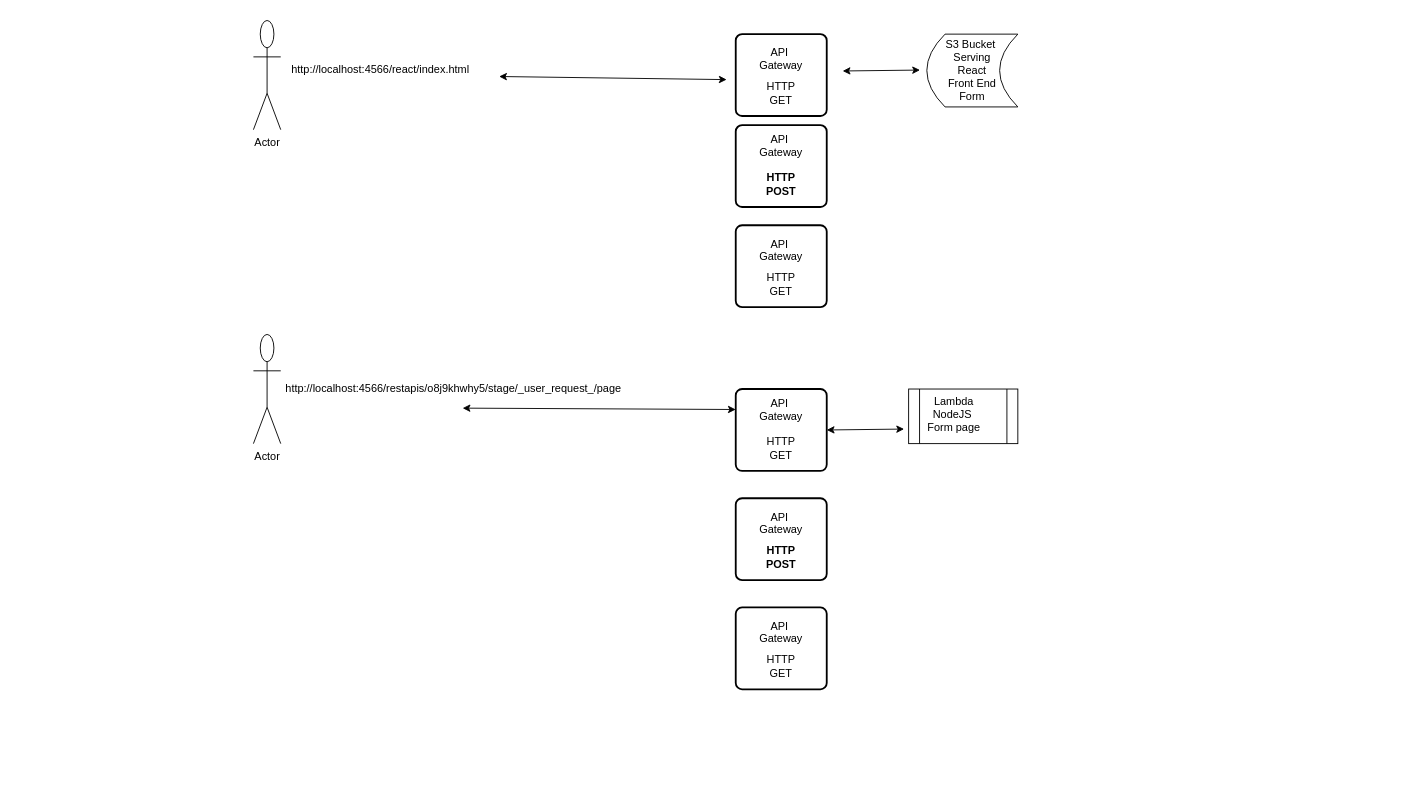
The draw.io diagram Untitled Diagram.drawio in vahid-uk/diagrams, before the edit. Source tidied: cells renumbered, new cells numbered last; positions are measured from the earlier drawing's top-left corner, leaving out a move shared by most shapes. Both pictures are drawn from the tidied source at 91%, with x=0, y=0 at pixel (253, 20).
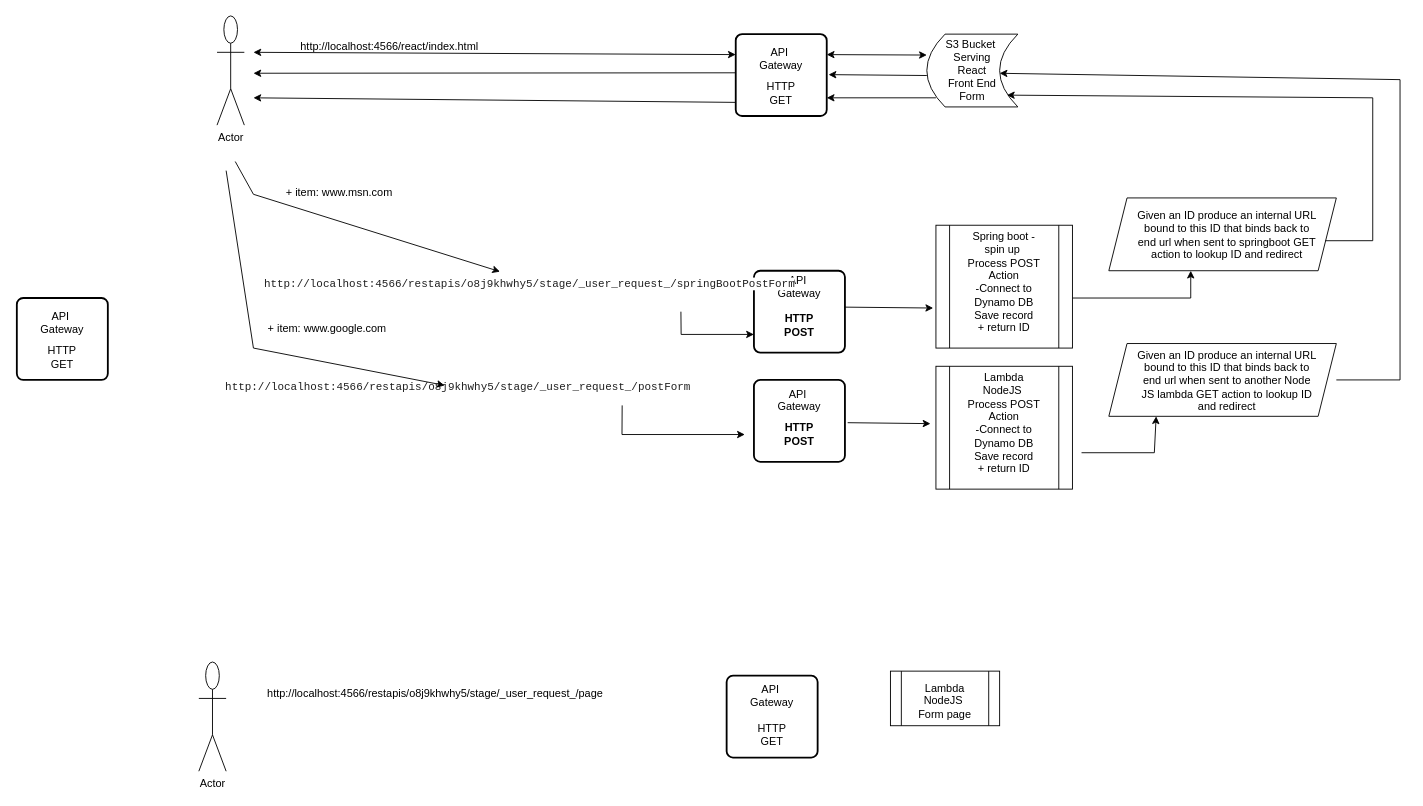
After the change.

The change refers to these unchanged cells:
```xml
<mxCell id="3" style="rounded=1;whiteSpace=wrap;html=1;absoluteArcSize=1;arcSize=14;strokeWidth=2;" parent="1" vertex="1">
  <mxGeometry x="530" y="15" width="100" height="90" as="geometry" />
</mxCell>
<mxCell id="16" value="S3 Bucket&amp;nbsp;&lt;br&gt;Serving &lt;br&gt;React&lt;br&gt;Front End&lt;br&gt;Form" style="shape=dataStorage;whiteSpace=wrap;html=1;fixedSize=1;" parent="1" vertex="1">
  <mxGeometry x="740" y="15" width="100" height="80" as="geometry" />
</mxCell>
```

The edit, as a diff of the source:
```diff
@@
     <mxCell id="2" value="Actor" style="shape=umlActor;verticalLabelPosition=bottom;verticalAlign=top;html=1;" parent="1" vertex="1">
-      <mxGeometry width="30" height="120" as="geometry" />
+      <mxGeometry x="-40" y="-5" width="30" height="120" as="geometry" />
     </mxCell>
@@
     <mxCell id="5" style="rounded=1;whiteSpace=wrap;html=1;absoluteArcSize=1;arcSize=14;strokeWidth=2;" parent="1" vertex="1">
-      <mxGeometry x="530" y="115" width="100" height="90" as="geometry" />
+      <mxGeometry x="550" y="275" width="100" height="90" as="geometry" />
     </mxCell>
     <mxCell id="6" value="API&amp;nbsp;&lt;br&gt;Gateway&lt;br&gt;&lt;div&gt;&lt;br/&gt;&lt;/div&gt;" style="text;html=1;align=center;verticalAlign=middle;whiteSpace=wrap;rounded=0;" parent="1" vertex="1">
-      <mxGeometry x="550" y="120" width="60" height="50" as="geometry" />
+      <mxGeometry x="570" y="275" width="60" height="50" as="geometry" />
     </mxCell>
     <mxCell id="7" style="rounded=1;whiteSpace=wrap;html=1;absoluteArcSize=1;arcSize=14;strokeWidth=2;" parent="1" vertex="1">
-      <mxGeometry x="530" y="225" width="100" height="90" as="geometry" />
+      <mxGeometry x="-260" y="305" width="100" height="90" as="geometry" />
     </mxCell>
     <mxCell id="8" value="API&amp;nbsp;&lt;br&gt;Gateway&lt;br&gt;&lt;div&gt;&lt;br/&gt;&lt;/div&gt;" style="text;html=1;align=center;verticalAlign=middle;whiteSpace=wrap;rounded=0;" parent="1" vertex="1">
-      <mxGeometry x="550" y="235" width="60" height="50" as="geometry" />
+      <mxGeometry x="-240" y="315" width="60" height="50" as="geometry" />
     </mxCell>
     <mxCell id="9" style="rounded=1;whiteSpace=wrap;html=1;absoluteArcSize=1;arcSize=14;strokeWidth=2;" parent="1" vertex="1">
-      <mxGeometry x="530" y="405" width="100" height="90" as="geometry" />
+      <mxGeometry x="520" y="720" width="100" height="90" as="geometry" />
     </mxCell>
     <mxCell id="10" value="API&amp;nbsp;&lt;br&gt;Gateway&lt;br&gt;&lt;div&gt;&lt;br/&gt;&lt;/div&gt;" style="text;html=1;align=center;verticalAlign=middle;whiteSpace=wrap;rounded=0;" parent="1" vertex="1">
-      <mxGeometry x="550" y="410" width="60" height="50" as="geometry" />
+      <mxGeometry x="540" y="725" width="60" height="50" as="geometry" />
     </mxCell>
-    <mxCell id="11" style="rounded=1;whiteSpace=wrap;html=1;absoluteArcSize=1;arcSize=14;strokeWidth=2;" parent="1" vertex="1">
-      <mxGeometry x="530" y="525" width="100" height="90" as="geometry" />
-    </mxCell>
-    <mxCell id="12" value="API&amp;nbsp;&lt;br&gt;Gateway&lt;br&gt;&lt;div&gt;&lt;br/&gt;&lt;/div&gt;" style="text;html=1;align=center;verticalAlign=middle;whiteSpace=wrap;rounded=0;" parent="1" vertex="1">
-      <mxGeometry x="550" y="535" width="60" height="50" as="geometry" />
-    </mxCell>
-    <mxCell id="13" style="rounded=1;whiteSpace=wrap;html=1;absoluteArcSize=1;arcSize=14;strokeWidth=2;" parent="1" vertex="1">
-      <mxGeometry x="530" y="645" width="100" height="90" as="geometry" />
-    </mxCell>
-    <mxCell id="14" value="API&amp;nbsp;&lt;br&gt;Gateway&lt;br&gt;&lt;div&gt;&lt;br/&gt;&lt;/div&gt;" style="text;html=1;align=center;verticalAlign=middle;whiteSpace=wrap;rounded=0;" parent="1" vertex="1">
-      <mxGeometry x="550" y="655" width="60" height="50" as="geometry" />
-    </mxCell>
     <mxCell id="15" value="http://localhost:4566/restapis/o8j9khwhy5/stage/_user_request_/page" style="text;html=1;align=center;verticalAlign=middle;whiteSpace=wrap;rounded=0;" parent="1" vertex="1">
-      <mxGeometry x="30" y="385" width="380" height="40" as="geometry" />
+      <mxGeometry x="10" y="720" width="380" height="40" as="geometry" />
     </mxCell>
@@
     <mxCell id="17" style="shape=process;whiteSpace=wrap;html=1;backgroundOutline=1;" parent="1" vertex="1">
-      <mxGeometry x="720" y="405" width="120" height="60" as="geometry" />
+      <mxGeometry x="700" y="715" width="120" height="60" as="geometry" />
     </mxCell>
     <mxCell id="18" value="Lambda&lt;br&gt;NodeJS&amp;nbsp;&lt;br&gt;Form page&lt;br&gt;&lt;div&gt;&lt;br&gt;&lt;/div&gt;" style="text;html=1;align=center;verticalAlign=middle;whiteSpace=wrap;rounded=0;" parent="1" vertex="1">
-      <mxGeometry x="720" y="395" width="100" height="90" as="geometry" />
+      <mxGeometry x="710" y="710" width="100" height="90" as="geometry" />
     </mxCell>
     <mxCell id="19" value="HTTP GET" style="text;html=1;align=center;verticalAlign=middle;whiteSpace=wrap;rounded=0;" parent="1" vertex="1">
-      <mxGeometry x="550" y="455" width="60" height="30" as="geometry" />
+      <mxGeometry x="540" y="770" width="60" height="30" as="geometry" />
     </mxCell>
-    <mxCell id="20" style="endArrow=classic;startArrow=classic;html=1;rounded=0;entryX=-0.05;entryY=0.6;entryDx=0;entryDy=0;entryPerimeter=0;exitX=1;exitY=0.5;exitDx=0;exitDy=0;" parent="1" edge="1" source="9" target="18">
-      <mxGeometry relative="1" as="geometry" />
-    </mxCell>
-    <mxCell id="21" style="endArrow=classic;startArrow=classic;html=1;rounded=0;exitX=0;exitY=0.25;exitDx=0;exitDy=0;entryX=0.526;entryY=1.025;entryDx=0;entryDy=0;entryPerimeter=0;" parent="1" edge="1" source="9" target="15">
-      <mxGeometry relative="1" as="geometry" />
-    </mxCell>
@@
-    <mxCell id="23" style="endArrow=classic;startArrow=classic;html=1;rounded=0;entryX=-0.05;entryY=0.6;entryDx=0;entryDy=0;entryPerimeter=0;exitX=1;exitY=0.5;exitDx=0;exitDy=0;" parent="1" edge="1">
-      <mxGeometry relative="1" as="geometry">
-        <mxPoint x="647.5" y="55.5" as="sourcePoint" />
-        <mxPoint x="732.5" y="54.5" as="targetPoint" />
-      </mxGeometry>
-    </mxCell>
-    <mxCell id="24" style="endArrow=classic;startArrow=classic;html=1;rounded=0;" parent="1" edge="1" source="25">
-      <mxGeometry relative="1" as="geometry">
-        <mxPoint x="520" y="65" as="targetPoint" />
-      </mxGeometry>
-    </mxCell>
     <mxCell id="25" value="http://localhost:4566/react/index.html" style="text;whiteSpace=wrap;" parent="1" vertex="1">
-      <mxGeometry x="40" y="40" width="230" height="40" as="geometry" />
+      <mxGeometry x="50" y="15" width="230" height="40" as="geometry" />
     </mxCell>
     <mxCell id="26" value="Actor" style="shape=umlActor;verticalLabelPosition=bottom;verticalAlign=top;html=1;" parent="1" vertex="1">
-      <mxGeometry y="345" width="30" height="120" as="geometry" />
+      <mxGeometry x="-60" y="705" width="30" height="120" as="geometry" />
     </mxCell>
     <mxCell id="27" value="HTTP POST" style="text;html=1;align=center;verticalAlign=middle;whiteSpace=wrap;rounded=0;fontStyle=1;" parent="1" vertex="1">
-      <mxGeometry x="550" y="165" width="60" height="30" as="geometry" />
+      <mxGeometry x="570" y="320" width="60" height="30" as="geometry" />
     </mxCell>
+    <mxCell id="30" value="HTTP GET" style="text;html=1;align=center;verticalAlign=middle;whiteSpace=wrap;rounded=0;" parent="1" vertex="1">
+      <mxGeometry x="-240" y="355" width="60" height="30" as="geometry" />
+    </mxCell>
+    <mxCell id="31" value="+ item: www.google.com" style="text;strokeColor=none;fillColor=none;align=left;verticalAlign=top;spacingLeft=4;spacingRight=4;overflow=hidden;whiteSpace=wrap;html=1;" parent="1" vertex="1">
+      <mxGeometry x="10" y="325" width="170" height="26" as="geometry" />
+    </mxCell>
+    <mxCell id="32" value="&lt;span style=&quot;color: rgb(31, 31, 31); font-family: consolas, &amp;quot;lucida console&amp;quot;, &amp;quot;courier new&amp;quot;, monospace; font-size: 12px; font-style: normal; font-variant-ligatures: normal; font-variant-caps: normal; font-weight: 400; letter-spacing: normal; orphans: 2; text-align: left; text-indent: 0px; text-transform: none; widows: 2; word-spacing: 0px; -webkit-text-stroke-width: 0px; white-space: pre-wrap; background-color: rgb(255, 255, 255); text-decoration-thickness: initial; text-decoration-style: initial; text-decoration-color: initial; display: inline !important; float: none;&quot;&gt;http://localhost:4566/restapis/o8j9khwhy5/stage/_user_request_/springBootPostForm&lt;/span&gt;" style="text;whiteSpace=wrap;html=1;" parent="1" vertex="1">
+      <mxGeometry x="10" y="275" width="560" height="40" as="geometry" />
+    </mxCell>
+    <mxCell id="33" value="+ item: www.msn.com" style="text;strokeColor=none;fillColor=none;align=left;verticalAlign=top;spacingLeft=4;spacingRight=4;overflow=hidden;whiteSpace=wrap;html=1;" parent="1" vertex="1">
+      <mxGeometry x="30" y="175" width="170" height="26" as="geometry" />
+    </mxCell>
+    <mxCell id="34" style="endArrow=classic;html=1;rounded=0;entryX=0.466;entryY=0.025;entryDx=0;entryDy=0;entryPerimeter=0;" parent="1" edge="1" target="32">
+      <mxGeometry relative="1" as="geometry">
+        <mxPoint x="-20" y="155" as="sourcePoint" />
+        <Array as="points">
+          <mxPoint y="191" />
+        </Array>
+      </mxGeometry>
+    </mxCell>
+    <mxCell id="35" style="endArrow=classic;html=1;rounded=0;exitX=0.821;exitY=1.125;exitDx=0;exitDy=0;exitPerimeter=0;" parent="1" edge="1" source="32">
+      <mxGeometry relative="1" as="geometry">
+        <mxPoint x="550" y="345" as="targetPoint" />
+        <Array as="points">
+          <mxPoint x="470" y="345" />
+        </Array>
+      </mxGeometry>
+    </mxCell>
+    <mxCell id="36" style="rounded=1;whiteSpace=wrap;html=1;absoluteArcSize=1;arcSize=14;strokeWidth=2;" parent="1" vertex="1">
+      <mxGeometry x="550" y="395" width="100" height="90" as="geometry" />
+    </mxCell>
+    <mxCell id="37" value="API&amp;nbsp;&lt;br&gt;Gateway&lt;br&gt;&lt;div&gt;&lt;br/&gt;&lt;/div&gt;" style="text;html=1;align=center;verticalAlign=middle;whiteSpace=wrap;rounded=0;" parent="1" vertex="1">
+      <mxGeometry x="570" y="400" width="60" height="50" as="geometry" />
+    </mxCell>
     <mxCell id="28" value="HTTP POST" style="text;html=1;align=center;verticalAlign=middle;whiteSpace=wrap;rounded=0;fontStyle=1;" parent="1" vertex="1">
-      <mxGeometry x="550" y="575" width="60" height="30" as="geometry" />
+      <mxGeometry x="570" y="440" width="60" height="30" as="geometry" />
     </mxCell>
-    <mxCell id="29" value="HTTP GET" style="text;html=1;align=center;verticalAlign=middle;whiteSpace=wrap;rounded=0;" parent="1" vertex="1">
-      <mxGeometry x="550" y="695" width="60" height="30" as="geometry" />
-    </mxCell>
-    <mxCell id="30" value="HTTP GET" style="text;html=1;align=center;verticalAlign=middle;whiteSpace=wrap;rounded=0;" parent="1" vertex="1">
-      <mxGeometry x="550" y="275" width="60" height="30" as="geometry" />
-    </mxCell>
+    <mxCell id="38" value="&#10;&lt;span style=&quot;color: rgb(31, 31, 31); font-family: consolas, &amp;quot;lucida console&amp;quot;, &amp;quot;courier new&amp;quot;, monospace; font-size: 12px; font-style: normal; font-variant-ligatures: normal; font-variant-caps: normal; font-weight: 400; letter-spacing: normal; orphans: 2; text-align: left; text-indent: 0px; text-transform: none; widows: 2; word-spacing: 0px; -webkit-text-stroke-width: 0px; white-space: pre-wrap; background-color: rgb(255, 255, 255); text-decoration-thickness: initial; text-decoration-style: initial; text-decoration-color: initial; display: inline !important; float: none;&quot;&gt;http://localhost:4566/restapis/o8j9khwhy5/stage/_user_request_/postForm&lt;/span&gt;&#10;&#10;" style="text;html=1;align=center;verticalAlign=middle;whiteSpace=wrap;rounded=0;" parent="1" vertex="1">
+      <mxGeometry x="-40" y="400" width="530" height="20" as="geometry" />
+    </mxCell>
+    <mxCell id="39" style="endArrow=classic;html=1;rounded=0;exitX=0.84;exitY=1.15;exitDx=0;exitDy=0;exitPerimeter=0;" parent="1" edge="1" source="38">
+      <mxGeometry relative="1" as="geometry">
+        <mxPoint x="540" y="455" as="targetPoint" />
+        <Array as="points">
+          <mxPoint x="405" y="455" />
+        </Array>
+      </mxGeometry>
+    </mxCell>
+    <mxCell id="40" style="endArrow=classic;html=1;rounded=0;entryX=0.472;entryY=0.05;entryDx=0;entryDy=0;entryPerimeter=0;" parent="1" edge="1" target="38">
+      <mxGeometry relative="1" as="geometry">
+        <mxPoint x="-30" y="165" as="sourcePoint" />
+        <Array as="points">
+          <mxPoint y="360" />
+        </Array>
+      </mxGeometry>
+    </mxCell>
+    <mxCell id="41" style="shape=process;whiteSpace=wrap;html=1;backgroundOutline=1;" parent="1" vertex="1">
+      <mxGeometry x="750" y="380" width="150" height="135" as="geometry" />
+    </mxCell>
+    <mxCell id="42" value="Lambda&lt;br&gt;NodeJS&amp;nbsp;&lt;br&gt;Process POST Action&lt;br&gt;-Connect to Dynamo DB&lt;br&gt;Save record&lt;br&gt;+ return ID&lt;br&gt;&lt;div&gt;&lt;br&gt;&lt;/div&gt;" style="text;html=1;align=center;verticalAlign=middle;whiteSpace=wrap;rounded=0;" parent="1" vertex="1">
+      <mxGeometry x="775" y="405" width="100" height="90" as="geometry" />
+    </mxCell>
+    <mxCell id="43" style="shape=process;whiteSpace=wrap;html=1;backgroundOutline=1;" parent="1" vertex="1">
+      <mxGeometry x="750" y="225" width="150" height="135" as="geometry" />
+    </mxCell>
+    <mxCell id="44" value="Spring boot - &lt;br&gt;spin up&amp;nbsp;&lt;br&gt;Process POST Action&lt;br&gt;-Connect to Dynamo DB&lt;br&gt;Save record&lt;br&gt;+ return ID&lt;br&gt;&lt;div&gt;&lt;br&gt;&lt;/div&gt;" style="text;html=1;align=center;verticalAlign=middle;whiteSpace=wrap;rounded=0;" parent="1" vertex="1">
+      <mxGeometry x="775" y="250" width="100" height="90" as="geometry" />
+    </mxCell>
+    <mxCell id="45" style="endArrow=classic;html=1;rounded=0;entryX=-0.02;entryY=0.674;entryDx=0;entryDy=0;entryPerimeter=0;exitX=1;exitY=0.5;exitDx=0;exitDy=0;" parent="1" edge="1" target="43">
+      <mxGeometry relative="1" as="geometry">
+        <mxPoint x="650" y="315" as="sourcePoint" />
+      </mxGeometry>
+    </mxCell>
+    <mxCell id="46" style="endArrow=classic;html=1;rounded=0;entryX=-0.04;entryY=0.467;entryDx=0;entryDy=0;entryPerimeter=0;exitX=1.03;exitY=0.578;exitDx=0;exitDy=0;exitPerimeter=0;" parent="1" edge="1" target="41">
+      <mxGeometry relative="1" as="geometry">
+        <mxPoint x="653" y="442" as="sourcePoint" />
+      </mxGeometry>
+    </mxCell>
+    <mxCell id="47" style="endArrow=classic;html=1;rounded=0;entryX=0.36;entryY=1;entryDx=0;entryDy=0;entryPerimeter=0;" parent="1" edge="1" target="48">
+      <mxGeometry relative="1" as="geometry">
+        <mxPoint x="900" y="305" as="sourcePoint" />
+        <Array as="points">
+          <mxPoint x="1030" y="305" />
+        </Array>
+      </mxGeometry>
+    </mxCell>
+    <mxCell id="48" style="shape=parallelogram;perimeter=parallelogramPerimeter;whiteSpace=wrap;html=1;fixedSize=1;" parent="1" vertex="1">
+      <mxGeometry x="940" y="195" width="250" height="80" as="geometry" />
+    </mxCell>
+    <mxCell id="49" value="Given an ID produce an internal URL bound to this ID that binds back to end url when sent to springboot GET action to lookup ID and redirect" style="text;html=1;align=center;verticalAlign=middle;whiteSpace=wrap;rounded=0;" parent="1" vertex="1">
+      <mxGeometry x="970" y="211" width="200" height="50" as="geometry" />
+    </mxCell>
+    <mxCell id="50" style="endArrow=classic;html=1;rounded=0;entryX=0.208;entryY=1;entryDx=0;entryDy=0;entryPerimeter=0;" parent="1" edge="1" target="51">
+      <mxGeometry relative="1" as="geometry">
+        <mxPoint x="910" y="475" as="sourcePoint" />
+        <Array as="points">
+          <mxPoint x="990" y="475" />
+        </Array>
+      </mxGeometry>
+    </mxCell>
+    <mxCell id="51" style="shape=parallelogram;perimeter=parallelogramPerimeter;whiteSpace=wrap;html=1;fixedSize=1;" parent="1" vertex="1">
+      <mxGeometry x="940" y="355" width="250" height="80" as="geometry" />
+    </mxCell>
+    <mxCell id="52" value="Given an ID produce an internal URL bound to this ID that binds back to end url when sent to another Node JS lambda GET action to lookup ID and redirect" style="text;html=1;align=center;verticalAlign=middle;whiteSpace=wrap;rounded=0;" parent="1" vertex="1">
+      <mxGeometry x="970" y="371" width="200" height="49" as="geometry" />
+    </mxCell>
+    <mxCell id="53" style="endArrow=classic;html=1;rounded=0;entryX=0.8;entryY=0.538;entryDx=0;entryDy=0;entryPerimeter=0;" parent="1" edge="1" target="16">
+      <mxGeometry relative="1" as="geometry">
+        <mxPoint x="1190" y="395" as="sourcePoint" />
+        <Array as="points">
+          <mxPoint x="1260" y="395" />
+          <mxPoint x="1260" y="65" />
+        </Array>
+      </mxGeometry>
+    </mxCell>
+    <mxCell id="54" style="endArrow=classic;html=1;rounded=0;exitX=0.952;exitY=0.588;exitDx=0;exitDy=0;exitPerimeter=0;entryX=0.88;entryY=0.838;entryDx=0;entryDy=0;entryPerimeter=0;" parent="1" edge="1" source="48" target="16">
+      <mxGeometry relative="1" as="geometry">
+        <Array as="points">
+          <mxPoint x="1230" y="242" />
+          <mxPoint x="1230" y="85" />
+        </Array>
+      </mxGeometry>
+    </mxCell>
+    <mxCell id="55" style="endArrow=classic;html=1;rounded=0;exitX=0;exitY=0.5;exitDx=0;exitDy=0;entryX=1.02;entryY=0.433;entryDx=0;entryDy=0;entryPerimeter=0;" parent="1" edge="1">
+      <mxGeometry relative="1" as="geometry">
+        <mxPoint x="740" y="60.5" as="sourcePoint" />
+        <mxPoint x="632" y="59.5" as="targetPoint" />
+      </mxGeometry>
+    </mxCell>
+    <mxCell id="56" style="endArrow=classic;html=1;rounded=0;exitX=0;exitY=0.5;exitDx=0;exitDy=0;" parent="1" edge="1">
+      <mxGeometry relative="1" as="geometry">
+        <mxPoint x="750" y="85" as="sourcePoint" />
+        <mxPoint x="630" y="85" as="targetPoint" />
+      </mxGeometry>
+    </mxCell>
+    <mxCell id="57" style="endArrow=classic;html=1;rounded=0;exitX=0;exitY=0.5;exitDx=0;exitDy=0;" parent="1" edge="1">
+      <mxGeometry relative="1" as="geometry">
+        <mxPoint x="530" y="90" as="sourcePoint" />
+        <mxPoint y="85" as="targetPoint" />
+      </mxGeometry>
+    </mxCell>
+    <mxCell id="58" style="endArrow=classic;html=1;rounded=0;exitX=0;exitY=0.5;exitDx=0;exitDy=0;" parent="1" edge="1">
+      <mxGeometry relative="1" as="geometry">
+        <mxPoint x="530" y="57.5" as="sourcePoint" />
+        <mxPoint y="58" as="targetPoint" />
+      </mxGeometry>
+    </mxCell>
+    <mxCell id="59" style="endArrow=classic;startArrow=classic;html=1;rounded=0;entryX=0;entryY=0.25;entryDx=0;entryDy=0;" parent="1" edge="1" target="3">
+      <mxGeometry relative="1" as="geometry">
+        <mxPoint y="35" as="sourcePoint" />
+      </mxGeometry>
+    </mxCell>
+    <mxCell id="60" style="endArrow=classic;startArrow=classic;html=1;rounded=0;exitX=1;exitY=0.25;exitDx=0;exitDy=0;" parent="1" edge="1" source="3">
+      <mxGeometry relative="1" as="geometry">
+        <mxPoint x="740" y="38" as="targetPoint" />
+      </mxGeometry>
+    </mxCell>
```
